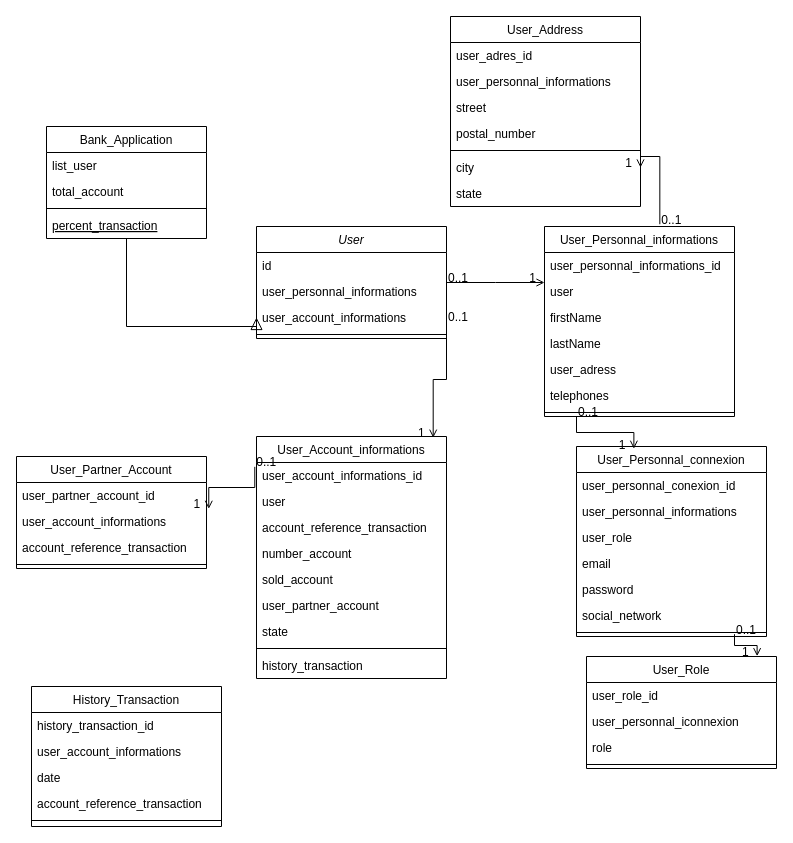
jojodev77/p6 keeps this draw.io diagram as Untitled Diagram.drawio. Above is the earlier version. Source tidied: cells renumbered, new cells numbered last; positions are measured from the earlier drawing's top-left corner, leaving out a move shared by most shapes. Both pictures are drawn from the tidied source at 100%, with x=0, y=0 at pixel (16, 16).
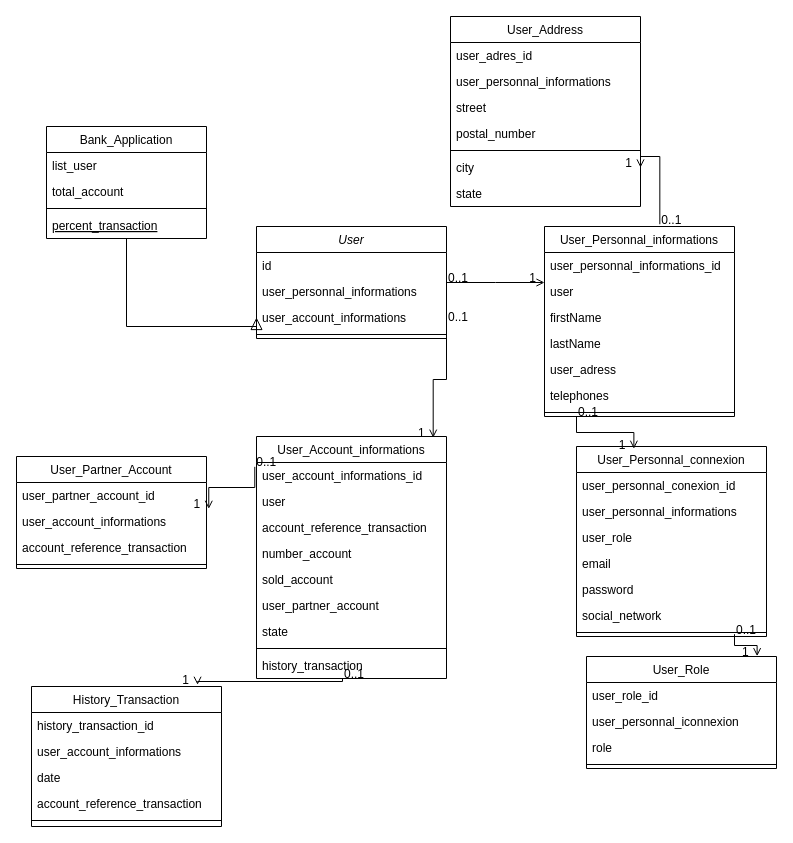
The same diagram, later.

Commit message:
diagrammes des classes

The change refers to these unchanged cells:
```xml
<mxCell id="75" value="History_Transaction" style="swimlane;fontStyle=0;align=center;verticalAlign=top;horizontal=1;startSize=26;rounded=0;shadow=0;strokeWidth=1;" parent="1" vertex="1">
  <mxGeometry x="15" y="670" width="190" height="140" as="geometry" />
</mxCell>
```

The edit, as a diff of the source:
```diff
@@
+    <mxCell id="81" style="endArrow=open;shadow=0;strokeWidth=1;rounded=0;endFill=1;edgeStyle=elbowEdgeStyle;elbow=vertical;exitX=-0.009;exitY=0.167;exitDx=0;exitDy=0;exitPerimeter=0;entryX=0.874;entryY=-0.012;entryDx=0;entryDy=0;entryPerimeter=0;" parent="1" edge="1" target="75">
+      <mxGeometry x="0.5" y="41" relative="1" as="geometry">
+        <mxPoint x="326" y="662" as="sourcePoint" />
+        <mxPoint x="-40" y="32" as="offset" />
+      </mxGeometry>
+    </mxCell>
+    <mxCell id="82" value="0..1" style="align=left;verticalAlign=bottom;labelBackgroundColor=none;fontSize=12;" parent="81" vertex="1">
+      <mxGeometry x="-1" relative="1" as="geometry">
+        <mxPoint y="4" as="offset" />
+      </mxGeometry>
+    </mxCell>
+    <mxCell id="83" value="1" style="align=right;verticalAlign=bottom;labelBackgroundColor=none;fontSize=12;" parent="81" vertex="1">
+      <mxGeometry x="1" relative="1" as="geometry">
+        <mxPoint x="-7" y="4" as="offset" />
+      </mxGeometry>
+    </mxCell>
```
